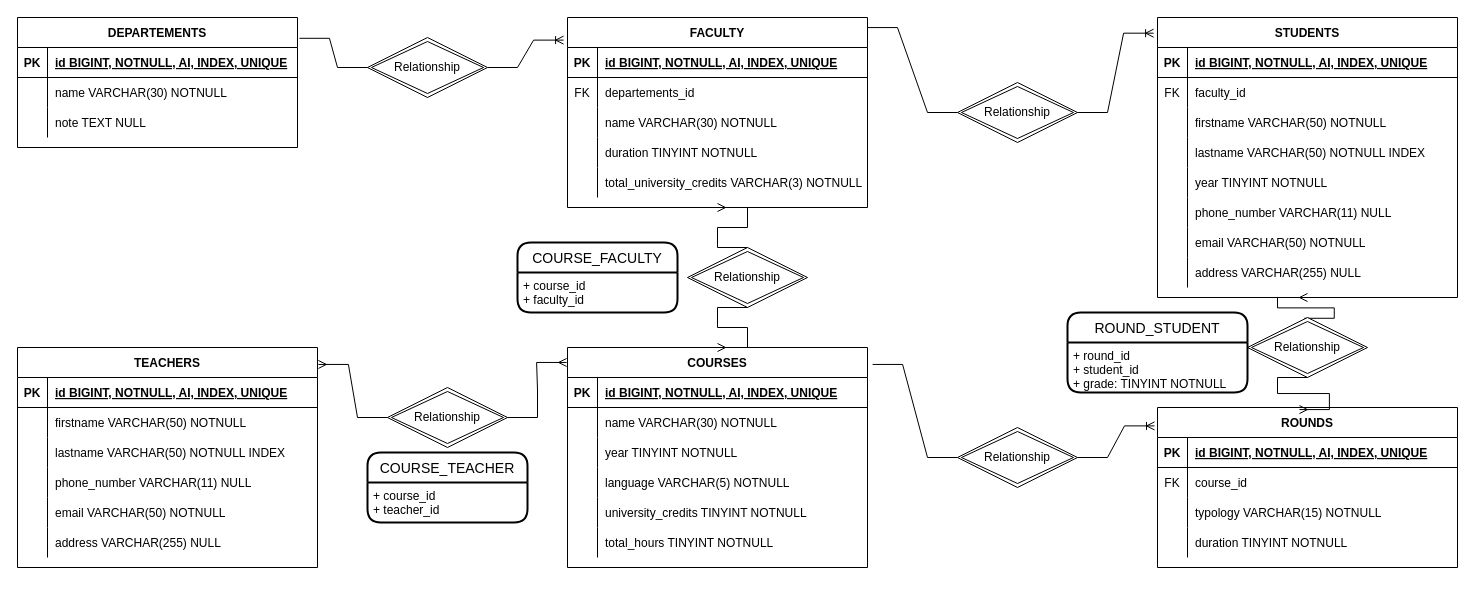
The draw.io diagram structure.drawio in MirkOrlando/db-university, before the edit. Source tidied: cells renumbered, new cells numbered last; positions are measured from the earlier drawing's top-left corner, leaving out a move shared by most shapes. Both pictures are drawn from the tidied source at 100%, with x=0, y=0 at pixel (17, 17).
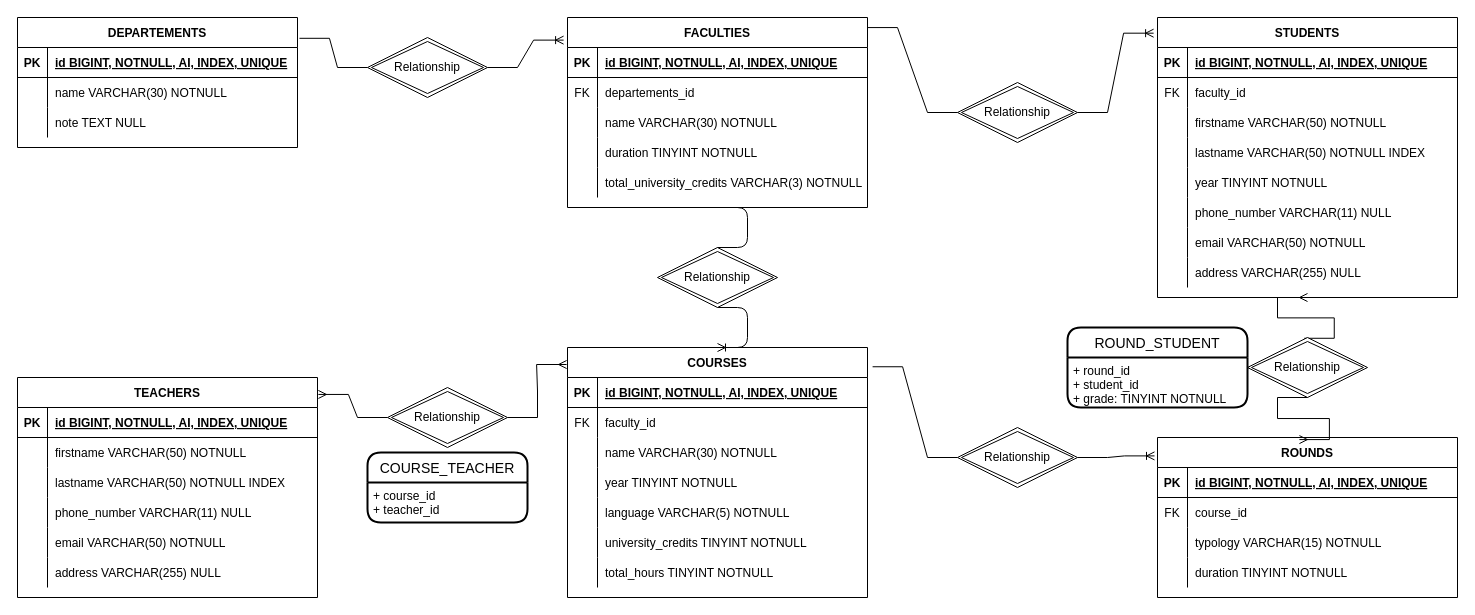
After the change.

Change to the diagram source:
```diff
@@
-    <mxCell id="12" value="FACULTY" style="shape=table;startSize=30;childLayout=tableLayout;rowLines=0;fontStyle=1;align=center;" parent="1" vertex="1">
+    <mxCell id="12" value="FACULTIES" style="shape=table;startSize=30;childLayout=tableLayout;rowLines=0;fontStyle=1;align=center;" parent="1" vertex="1">
       <mxGeometry x="550" width="300" height="190" as="geometry" />
     </mxCell>
@@
     <mxCell id="28" value="COURSES" style="shape=table;startSize=30;childLayout=tableLayout;rowLines=0;fontStyle=1;align=center;" parent="1" vertex="1">
-      <mxGeometry x="550" y="330" width="300" height="220" as="geometry" />
+      <mxGeometry x="550" y="330" width="300" height="250" as="geometry" />
     </mxCell>
@@
+    <mxCell id="128" style="shape=partialRectangle;fillColor=none;top=0;left=0;right=0;bottom=0;" parent="28" vertex="1">
+      <mxGeometry y="60" width="300" height="30" as="geometry" />
+    </mxCell>
+    <mxCell id="129" value="FK" style="shape=partialRectangle;overflow=hidden;fillColor=none;top=0;left=0;bottom=0;right=0;" parent="128" vertex="1">
+      <mxGeometry width="30" height="30" as="geometry" />
+    </mxCell>
+    <mxCell id="130" value="faculty_id" style="shape=partialRectangle;overflow=hidden;fillColor=none;top=0;left=0;bottom=0;right=0;align=left;spacingLeft=6;" parent="128" vertex="1">
+      <mxGeometry x="30" width="270" height="30" as="geometry" />
+    </mxCell>
     <mxCell id="32" style="shape=partialRectangle;fillColor=none;top=0;left=0;right=0;bottom=0;" parent="28" vertex="1">
-      <mxGeometry y="60" width="300" height="30" as="geometry" />
+      <mxGeometry y="90" width="300" height="30" as="geometry" />
     </mxCell>
@@
     <mxCell id="35" style="shape=partialRectangle;fillColor=none;top=0;left=0;right=0;bottom=0;" parent="28" vertex="1">
-      <mxGeometry y="90" width="300" height="30" as="geometry" />
+      <mxGeometry y="120" width="300" height="30" as="geometry" />
     </mxCell>
@@
     <mxCell id="38" style="shape=partialRectangle;fillColor=none;top=0;left=0;right=0;bottom=0;" parent="28" vertex="1">
-      <mxGeometry y="120" width="300" height="30" as="geometry" />
+      <mxGeometry y="150" width="300" height="30" as="geometry" />
     </mxCell>
@@
     <mxCell id="41" style="shape=partialRectangle;fillColor=none;top=0;left=0;right=0;bottom=0;" parent="28" vertex="1">
-      <mxGeometry y="150" width="300" height="30" as="geometry" />
+      <mxGeometry y="180" width="300" height="30" as="geometry" />
     </mxCell>
@@
     <mxCell id="44" style="shape=partialRectangle;fillColor=none;top=0;left=0;right=0;bottom=0;" parent="28" vertex="1">
-      <mxGeometry y="180" width="300" height="30" as="geometry" />
+      <mxGeometry y="210" width="300" height="30" as="geometry" />
     </mxCell>
@@
     <mxCell id="47" value="TEACHERS" style="shape=table;startSize=30;childLayout=tableLayout;rowLines=0;fontStyle=1;align=center;" parent="1" vertex="1">
-      <mxGeometry y="330" width="300" height="220" as="geometry" />
+      <mxGeometry y="360" width="300" height="220" as="geometry" />
     </mxCell>
@@
     <mxCell id="91" value="ROUNDS" style="shape=table;startSize=30;childLayout=tableLayout;rowLines=0;fontStyle=1;align=center;" parent="1" vertex="1">
-      <mxGeometry x="1140" y="390" width="300" height="160" as="geometry" />
+      <mxGeometry x="1140" y="420" width="300" height="160" as="geometry" />
     </mxCell>
@@
-    <mxCell id="107" style="edgeStyle=entityRelationEdgeStyle;fontSize=12;html=1;endArrow=ERmany;startArrow=none;rounded=0;entryX=0.5;entryY=1;entryDx=0;entryDy=0;exitX=0.5;exitY=0;exitDx=0;exitDy=0;" parent="1" edge="1" source="108" target="12">
-      <mxGeometry relative="1" as="geometry" />
-    </mxCell>
-    <mxCell id="108" value="Relationship" style="shape=rhombus;double=1;perimeter=rhombusPerimeter;whiteSpace=wrap;html=1;align=center;" parent="1" vertex="1">
-      <mxGeometry x="670" y="230" width="120" height="60" as="geometry" />
-    </mxCell>
-    <mxCell id="109" style="edgeStyle=entityRelationEdgeStyle;fontSize=12;html=1;endArrow=none;startArrow=ERmany;rounded=0;entryX=0.5;entryY=1;entryDx=0;entryDy=0;exitX=0.5;exitY=0;exitDx=0;exitDy=0;" parent="1" edge="1" source="28" target="108">
-      <mxGeometry relative="1" as="geometry" />
-    </mxCell>
-    <mxCell id="110" value="COURSE_FACULTY" style="swimlane;horizontal=1;startSize=30;rounded=1;fontSize=14;fontStyle=0;strokeWidth=2;shadow=0;dashed=0;align=center;" parent="1" vertex="1">
-      <mxGeometry x="500" y="225" width="160" height="70" as="geometry" />
-    </mxCell>
-    <mxCell id="111" value="+ course_id&#10;+ faculty_id" style="align=left;strokeColor=none;fillColor=none;spacingLeft=4;fontSize=12;verticalAlign=top;" parent="110" vertex="1">
-      <mxGeometry y="30" width="160" height="40" as="geometry" />
-    </mxCell>
@@
     <mxCell id="119" value="Relationship" style="shape=rhombus;double=1;perimeter=rhombusPerimeter;whiteSpace=wrap;html=1;align=center;" parent="1" vertex="1">
-      <mxGeometry x="1230" y="300" width="120" height="60" as="geometry" />
+      <mxGeometry x="1230" y="320" width="120" height="60" as="geometry" />
     </mxCell>
@@
     <mxCell id="121" value="ROUND_STUDENT" style="swimlane;horizontal=1;startSize=30;rounded=1;fontSize=14;fontStyle=0;strokeWidth=2;shadow=0;dashed=0;align=center;" parent="1" vertex="1">
-      <mxGeometry x="1050" y="295" width="180" height="80" as="geometry" />
+      <mxGeometry x="1050" y="310" width="180" height="80" as="geometry" />
     </mxCell>
@@
+    <mxCell id="131" style="edgeStyle=entityRelationEdgeStyle;fontSize=12;html=1;endArrow=ERoneToMany;entryX=0.5;entryY=0;entryDx=0;entryDy=0;exitX=0.5;exitY=1;exitDx=0;exitDy=0;startArrow=none;" parent="1" edge="1" source="108" target="28">
+      <mxGeometry relative="1" as="geometry" />
+    </mxCell>
+    <mxCell id="108" value="Relationship" style="shape=rhombus;double=1;perimeter=rhombusPerimeter;whiteSpace=wrap;html=1;align=center;" parent="1" vertex="1">
+      <mxGeometry x="640" y="230" width="120" height="60" as="geometry" />
+    </mxCell>
+    <mxCell id="132" style="edgeStyle=entityRelationEdgeStyle;fontSize=12;html=1;endArrow=none;entryX=0.5;entryY=0;entryDx=0;entryDy=0;exitX=0.5;exitY=1;exitDx=0;exitDy=0;" parent="1" edge="1" source="12" target="108">
+      <mxGeometry relative="1" as="geometry" />
+    </mxCell>
```
